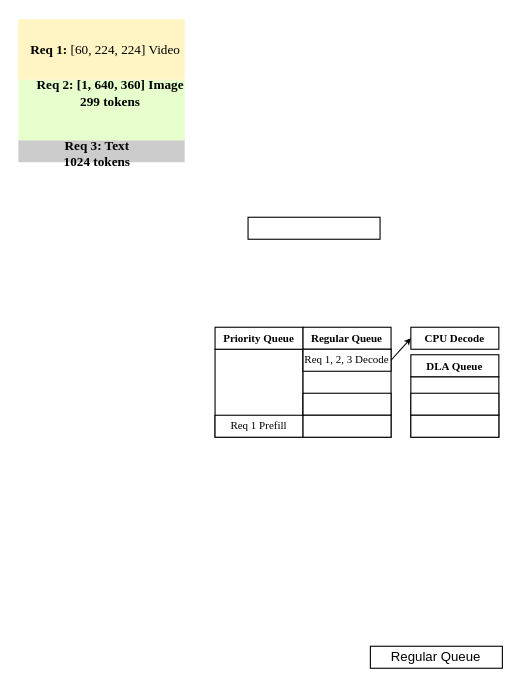
Before: figures/design_schedule.drawio in icszhr/hermes, a draw.io diagram. Source tidied: cells renumbered, new cells numbered last; positions are measured from the earlier drawing's top-left corner, leaving out a move shared by most shapes. Both pictures are drawn from the tidied source at 110%, with x=0, y=0 at pixel (18, 19).
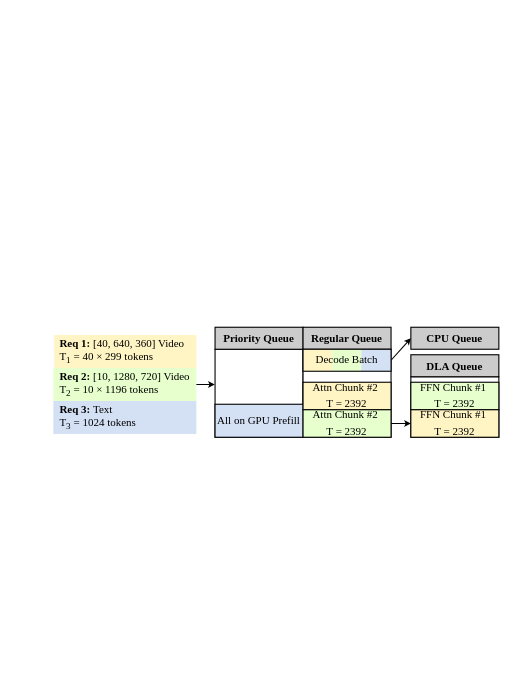
Above is the later version.

Unchanged cells that the change refers to:
```xml
<mxCell id="5" style="rounded=0;whiteSpace=wrap;html=1;" parent="1" vertex="1">
  <mxGeometry x="179" y="300" width="80" height="80" as="geometry" />
</mxCell>
```

Diff of the diagram source:
```diff
@@
-    <mxCell id="2" style="rounded=0;whiteSpace=wrap;html=1;strokeColor=none;fillColor=#CCCCCC;" parent="1" vertex="1">
-      <mxGeometry x="0.2" y="110" width="151.2" height="20" as="geometry" />
+    <mxCell id="2" style="rounded=0;whiteSpace=wrap;html=1;strokeColor=none;fillColor=#D4E1F5;fontSize=10;" parent="1" vertex="1">
+      <mxGeometry x="32" y="347" width="130" height="30" as="geometry" />
     </mxCell>
-    <mxCell id="3" style="rounded=0;whiteSpace=wrap;html=1;strokeColor=none;fillColor=#E6FFCC;" parent="1" vertex="1">
-      <mxGeometry x="0.2" y="55" width="151.2" height="55" as="geometry" />
+    <mxCell id="3" style="rounded=0;whiteSpace=wrap;html=1;strokeColor=none;fillColor=#E6FFCC;fontSize=10;" parent="1" vertex="1">
+      <mxGeometry x="32" y="317" width="130" height="30" as="geometry" />
     </mxCell>
-    <mxCell id="4" style="rounded=0;whiteSpace=wrap;html=1;strokeColor=none;fillColor=#FFF4C3;" parent="1" vertex="1">
-      <mxGeometry x="0.2" width="151.2" height="55" as="geometry" />
+    <mxCell id="4" style="rounded=0;whiteSpace=wrap;html=1;strokeColor=none;fillColor=#FFF4C3;fontSize=10;" parent="1" vertex="1">
+      <mxGeometry x="32.8" y="287" width="129.2" height="30" as="geometry" />
     </mxCell>
@@
-    <mxCell id="7" value="&lt;b&gt;Priority Queue&lt;/b&gt;" style="rounded=0;whiteSpace=wrap;html=1;fontSize=10;fontFamily=Times New Roman;" parent="1" vertex="1">
+    <mxCell id="7" value="&lt;b&gt;Priority Queue&lt;/b&gt;" style="rounded=0;whiteSpace=wrap;html=1;fontSize=10;fontFamily=Times New Roman;fillColor=#CCCCCC;" parent="1" vertex="1">
       <mxGeometry x="179" y="280" width="80" height="20" as="geometry" />
     </mxCell>
-    <mxCell id="8" value="Regular Queue" style="rounded=0;whiteSpace=wrap;html=1;" parent="1" vertex="1">
-      <mxGeometry x="320.2" y="570" width="120" height="20" as="geometry" />
-    </mxCell>
-    <mxCell id="9" value="CPU Decode" style="rounded=0;whiteSpace=wrap;html=1;fontFamily=Times New Roman;fontStyle=1;fontSize=10;" parent="1" vertex="1">
+    <mxCell id="9" value="CPU Queue" style="rounded=0;whiteSpace=wrap;html=1;fontFamily=Times New Roman;fontStyle=1;fontSize=10;fillColor=#CCCCCC;" parent="1" vertex="1">
       <mxGeometry x="357" y="280" width="80" height="20" as="geometry" />
     </mxCell>
-    <mxCell id="10" value="&lt;b&gt;Regular Queue&lt;/b&gt;" style="rounded=0;whiteSpace=wrap;html=1;fontSize=10;fontFamily=Times New Roman;" parent="1" vertex="1">
+    <mxCell id="10" value="&lt;b&gt;Regular Queue&lt;/b&gt;" style="rounded=0;whiteSpace=wrap;html=1;fontSize=10;fontFamily=Times New Roman;fillColor=#CCCCCC;" parent="1" vertex="1">
       <mxGeometry x="259" y="280" width="80" height="20" as="geometry" />
     </mxCell>
@@
-    <mxCell id="12" value="&lt;b&gt;DLA Queue&lt;/b&gt;" style="rounded=0;whiteSpace=wrap;html=1;fontSize=10;fontFamily=Times New Roman;" parent="1" vertex="1">
+    <mxCell id="12" value="&lt;b&gt;DLA Queue&lt;/b&gt;" style="rounded=0;whiteSpace=wrap;html=1;fontSize=10;fontFamily=Times New Roman;fillColor=#CCCCCC;" parent="1" vertex="1">
       <mxGeometry x="357" y="305" width="80" height="20" as="geometry" />
     </mxCell>
-    <mxCell id="13" value="&lt;font face=&quot;Times New Roman&quot;&gt;&lt;b&gt;Req 1: &lt;/b&gt;[60, 224, 224] Video&lt;/font&gt;" style="text;html=1;whiteSpace=wrap;strokeColor=none;fillColor=none;align=center;verticalAlign=middle;rounded=0;" parent="1" vertex="1">
-      <mxGeometry x="8.2" y="20" width="143.2" height="15" as="geometry" />
+    <mxCell id="13" value="&lt;font face=&quot;Times New Roman&quot;&gt;&lt;b&gt;Req 1: &lt;/b&gt;[40, 640, 360] Video&lt;br&gt;&lt;/font&gt;&lt;div&gt;&lt;span style=&quot;background-color: transparent; color: light-dark(rgb(0, 0, 0), rgb(255, 255, 255)); font-family: &amp;quot;Times New Roman&amp;quot;;&quot;&gt;T&lt;/span&gt;&lt;sub style=&quot;background-color: transparent; color: light-dark(rgb(0, 0, 0), rgb(255, 255, 255)); font-family: &amp;quot;Times New Roman&amp;quot;;&quot;&gt;1&lt;/sub&gt;&lt;span style=&quot;background-color: transparent; color: light-dark(rgb(0, 0, 0), rgb(255, 255, 255)); font-family: &amp;quot;Times New Roman&amp;quot;;&quot;&gt;&amp;nbsp;=&amp;nbsp;&lt;/span&gt;&lt;span style=&quot;font-family: &amp;quot;Times New Roman&amp;quot;; background-color: transparent; color: light-dark(rgb(0, 0, 0), rgb(255, 255, 255));&quot;&gt;40&amp;nbsp;&lt;/span&gt;&lt;span style=&quot;background-color: transparent; color: light-dark(rgb(0, 0, 0), rgb(255, 255, 255)); font-family: &amp;quot;Times New Roman&amp;quot;;&quot;&gt;×&amp;nbsp;&lt;/span&gt;&lt;font face=&quot;Times New Roman&quot; style=&quot;background-color: transparent; color: light-dark(rgb(0, 0, 0), rgb(255, 255, 255));&quot;&gt;299&amp;nbsp;&lt;/font&gt;&lt;span style=&quot;background-color: transparent; color: light-dark(rgb(0, 0, 0), rgb(255, 255, 255)); font-family: &amp;quot;Times New Roman&amp;quot;;&quot;&gt;tokens&lt;/span&gt;&lt;/div&gt;" style="text;html=1;whiteSpace=wrap;strokeColor=none;fillColor=none;align=left;verticalAlign=middle;rounded=0;fontSize=10;" parent="1" vertex="1">
+      <mxGeometry x="36.4" y="287" width="125.6" height="30" as="geometry" />
     </mxCell>
-    <mxCell id="14" value="&lt;font face=&quot;Times New Roman&quot;&gt;&lt;b&gt;Req 2: [1, 640, 360] Image&lt;/b&gt;&lt;/font&gt;&lt;div&gt;&lt;font face=&quot;Times New Roman&quot;&gt;&lt;b&gt;299 tokens&lt;/b&gt;&lt;/font&gt;&lt;/div&gt;" style="text;html=1;whiteSpace=wrap;strokeColor=none;fillColor=none;align=center;verticalAlign=middle;rounded=0;" parent="1" vertex="1">
-      <mxGeometry x="8.2" y="59.8" width="152" height="15" as="geometry" />
+    <mxCell id="14" value="&lt;font face=&quot;Times New Roman&quot;&gt;&lt;b&gt;Req 2: &lt;/b&gt;[10, 1280, 720] Video&lt;/font&gt;&lt;div&gt;&lt;span style=&quot;color: light-dark(rgb(0, 0, 0), rgb(255, 255, 255)); background-color: transparent; font-family: &amp;quot;Times New Roman&amp;quot;;&quot;&gt;T&lt;sub&gt;2&lt;/sub&gt;&amp;nbsp;= 10&amp;nbsp;&lt;/span&gt;&lt;span style=&quot;color: light-dark(rgb(0, 0, 0), rgb(255, 255, 255)); background-color: transparent; font-family: &amp;quot;Times New Roman&amp;quot;;&quot;&gt;×&amp;nbsp;&lt;/span&gt;&lt;font face=&quot;Times New Roman&quot; style=&quot;color: light-dark(rgb(0, 0, 0), rgb(255, 255, 255)); background-color: transparent;&quot;&gt;1196&amp;nbsp;&lt;/font&gt;&lt;span style=&quot;color: light-dark(rgb(0, 0, 0), rgb(255, 255, 255)); background-color: transparent; font-family: &amp;quot;Times New Roman&amp;quot;;&quot;&gt;tokens&lt;/span&gt;&lt;/div&gt;" style="text;html=1;whiteSpace=wrap;strokeColor=none;fillColor=none;align=left;verticalAlign=middle;rounded=0;fontSize=10;" parent="1" vertex="1">
+      <mxGeometry x="36.4" y="324.5" width="125.6" height="15" as="geometry" />
     </mxCell>
-    <mxCell id="15" value="&lt;font face=&quot;Times New Roman&quot;&gt;&lt;b&gt;Req 3: Text&lt;/b&gt;&lt;/font&gt;&lt;div&gt;&lt;font face=&quot;Times New Roman&quot;&gt;&lt;b&gt;1024 tokens&lt;/b&gt;&lt;/font&gt;&lt;/div&gt;" style="text;html=1;whiteSpace=wrap;strokeColor=none;fillColor=none;align=center;verticalAlign=middle;rounded=0;" parent="1" vertex="1">
-      <mxGeometry x="2.5" y="114.2" width="137.8" height="15" as="geometry" />
+    <mxCell id="15" value="&lt;div&gt;&lt;b style=&quot;font-family: &amp;quot;Times New Roman&amp;quot;; background-color: transparent; color: light-dark(rgb(0, 0, 0), rgb(255, 255, 255));&quot;&gt;Req 3: &lt;/b&gt;&lt;span style=&quot;font-family: &amp;quot;Times New Roman&amp;quot;; background-color: transparent; color: light-dark(rgb(0, 0, 0), rgb(255, 255, 255));&quot;&gt;Text&amp;nbsp;&lt;/span&gt;&lt;span style=&quot;font-family: &amp;quot;Times New Roman&amp;quot;; text-align: center; background-color: transparent; color: light-dark(rgb(0, 0, 0), rgb(255, 255, 255));&quot;&gt;&amp;nbsp;&lt;/span&gt;&lt;/div&gt;&lt;div&gt;&lt;span style=&quot;font-family: &amp;quot;Times New Roman&amp;quot;; text-align: center; background-color: transparent; color: light-dark(rgb(0, 0, 0), rgb(255, 255, 255));&quot;&gt;T&lt;sub&gt;3&lt;/sub&gt; =&lt;/span&gt;&lt;span style=&quot;font-family: &amp;quot;Times New Roman&amp;quot;; text-align: center; background-color: transparent; color: light-dark(rgb(0, 0, 0), rgb(255, 255, 255));&quot;&gt;&amp;nbsp;&lt;/span&gt;&lt;span style=&quot;background-color: transparent; color: light-dark(rgb(0, 0, 0), rgb(255, 255, 255)); font-family: &amp;quot;Times New Roman&amp;quot;;&quot;&gt;1024 tokens&lt;/span&gt;&lt;/div&gt;" style="text;html=1;whiteSpace=wrap;strokeColor=none;fillColor=none;align=left;verticalAlign=middle;rounded=0;fontSize=10;" parent="1" vertex="1">
+      <mxGeometry x="35.6" y="354.5" width="116.4" height="15" as="geometry" />
     </mxCell>
-    <mxCell id="16" value="Req 1 Prefill" style="rounded=0;whiteSpace=wrap;html=1;fontFamily=Times New Roman;fontSize=10;spacingTop=-2;" parent="1" vertex="1">
-      <mxGeometry x="179" y="360" width="80" height="20" as="geometry" />
+    <mxCell id="16" value="All on GPU Prefill" style="rounded=0;whiteSpace=wrap;html=1;fontFamily=Times New Roman;fontSize=10;spacingTop=-2;fillColor=#D4E1F5;" parent="1" vertex="1">
+      <mxGeometry x="179" y="350" width="80" height="30" as="geometry" />
     </mxCell>
-    <mxCell id="17" style="rounded=0;whiteSpace=wrap;html=1;" parent="1" vertex="1">
-      <mxGeometry x="209" y="180" width="120" height="20" as="geometry" />
-    </mxCell>
-    <mxCell id="18" value="Req 1, 2, 3 Decode" style="rounded=0;whiteSpace=wrap;html=1;fontFamily=Times New Roman;fontSize=10;spacingTop=-2;" parent="1" vertex="1">
-      <mxGeometry x="259" y="300" width="80" height="20" as="geometry" />
-    </mxCell>
@@
-    <mxCell id="20" style="rounded=0;whiteSpace=wrap;html=1;" parent="1" vertex="1">
-      <mxGeometry x="259" y="340" width="80" height="20" as="geometry" />
+    <mxCell id="20" value="&lt;font style=&quot;font-size: 10px;&quot;&gt;Attn Chunk #2&amp;nbsp;&lt;/font&gt;&lt;div&gt;&lt;font style=&quot;font-size: 10px;&quot;&gt;T = 2392&lt;/font&gt;&lt;/div&gt;" style="rounded=0;whiteSpace=wrap;html=1;fontFamily=Times New Roman;spacingTop=-3;fillColor=light-dark(#fff4c3, #ededed);" parent="1" vertex="1">
+      <mxGeometry x="259" y="330" width="80" height="25" as="geometry" />
     </mxCell>
-    <mxCell id="21" style="rounded=0;whiteSpace=wrap;html=1;" parent="1" vertex="1">
-      <mxGeometry x="259" y="360" width="80" height="20" as="geometry" />
-    </mxCell>
-    <mxCell id="22" style="rounded=0;whiteSpace=wrap;html=1;" parent="1" vertex="1">
-      <mxGeometry x="357" y="340" width="80" height="20" as="geometry" />
-    </mxCell>
-    <mxCell id="23" style="rounded=0;whiteSpace=wrap;html=1;" parent="1" vertex="1">
-      <mxGeometry x="357" y="360" width="80" height="20" as="geometry" />
-    </mxCell>
+    <mxCell id="24" style="edgeStyle=orthogonalEdgeStyle;rounded=0;jettySize=auto;html=1;entryX=0;entryY=0.5;entryDx=0;entryDy=0;endSize=3;" parent="1" edge="1" source="25" target="27">
+      <mxGeometry relative="1" as="geometry" />
+    </mxCell>
+    <mxCell id="25" value="&lt;font style=&quot;font-size: 10px;&quot;&gt;Attn Chunk #2&amp;nbsp;&lt;/font&gt;&lt;div&gt;&lt;font style=&quot;font-size: 10px;&quot;&gt;T = 2392&lt;/font&gt;&lt;/div&gt;" style="rounded=0;whiteSpace=wrap;html=1;fontFamily=Times New Roman;spacingTop=-3;fillColor=light-dark(#e6ffcc, #ededed);" parent="1" vertex="1">
+      <mxGeometry x="259" y="355" width="80" height="25" as="geometry" />
+    </mxCell>
+    <mxCell id="26" value="&lt;font style=&quot;font-size: 10px;&quot;&gt;FFN Chunk #1&amp;nbsp;&lt;/font&gt;&lt;div&gt;&lt;font style=&quot;font-size: 10px;&quot;&gt;T = 2392&lt;/font&gt;&lt;/div&gt;" style="rounded=0;whiteSpace=wrap;html=1;fontFamily=Times New Roman;spacingTop=-3;fillColor=light-dark(#e6ffcc, #ededed);" parent="1" vertex="1">
+      <mxGeometry x="357" y="330" width="80" height="25" as="geometry" />
+    </mxCell>
+    <mxCell id="27" value="&lt;font style=&quot;font-size: 10px;&quot;&gt;FFN Chunk #1&amp;nbsp;&lt;/font&gt;&lt;div&gt;&lt;font style=&quot;font-size: 10px;&quot;&gt;T = 2392&lt;/font&gt;&lt;/div&gt;" style="rounded=0;whiteSpace=wrap;html=1;fontFamily=Times New Roman;spacingTop=-3;fillColor=light-dark(#fff4c3, #ededed);" parent="1" vertex="1">
+      <mxGeometry x="357" y="355" width="80" height="25" as="geometry" />
+    </mxCell>
+    <mxCell id="28" style="rounded=0;jettySize=auto;html=1;entryX=-0.003;entryY=0.401;entryDx=0;entryDy=0;entryPerimeter=0;endSize=3;" parent="1" edge="1" source="14" target="5">
+      <mxGeometry relative="1" as="geometry" />
+    </mxCell>
+    <mxCell id="29" style="group;" parent="1" vertex="1">
+      <mxGeometry x="259" y="300" width="80" height="20" as="geometry" />
+    </mxCell>
+    <mxCell id="30" style="rounded=0;whiteSpace=wrap;html=1;strokeColor=none;fillColor=light-dark(#fff4c3, #232e40);fontSize=10;" parent="29" vertex="1">
+      <mxGeometry width="27" height="20" as="geometry" />
+    </mxCell>
+    <mxCell id="31" style="rounded=0;whiteSpace=wrap;html=1;strokeColor=none;fillColor=light-dark(#e6ffcc, #232e40);fontSize=10;" parent="29" vertex="1">
+      <mxGeometry x="26.5" width="27" height="20" as="geometry" />
+    </mxCell>
+    <mxCell id="32" style="rounded=0;whiteSpace=wrap;html=1;strokeColor=none;fillColor=#D4E1F5;fontSize=10;" parent="29" vertex="1">
+      <mxGeometry x="53" width="27" height="20" as="geometry" />
+    </mxCell>
+    <mxCell id="18" value="Decode Batch" style="rounded=0;whiteSpace=wrap;html=1;fontFamily=Times New Roman;fontSize=10;spacingTop=-2;fillColor=none;" parent="29" vertex="1">
+      <mxGeometry width="80" height="20" as="geometry" />
+    </mxCell>
```
